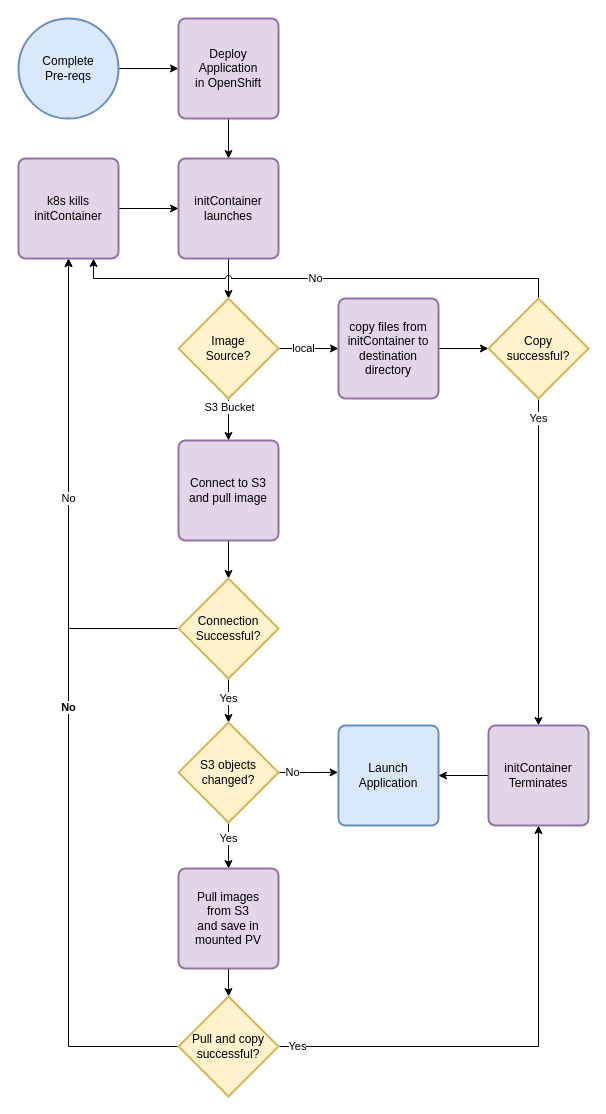
Earlier version of the draw.io diagram diagrams/flowchart.drawio (worsco/ocp4-exp01-initcont). Source tidied: cells renumbered, new cells numbered last; positions are measured from the earlier drawing's top-left corner, leaving out a move shared by most shapes. Both pictures are drawn from the tidied source at 100%, with x=0, y=0 at pixel (18, 18).
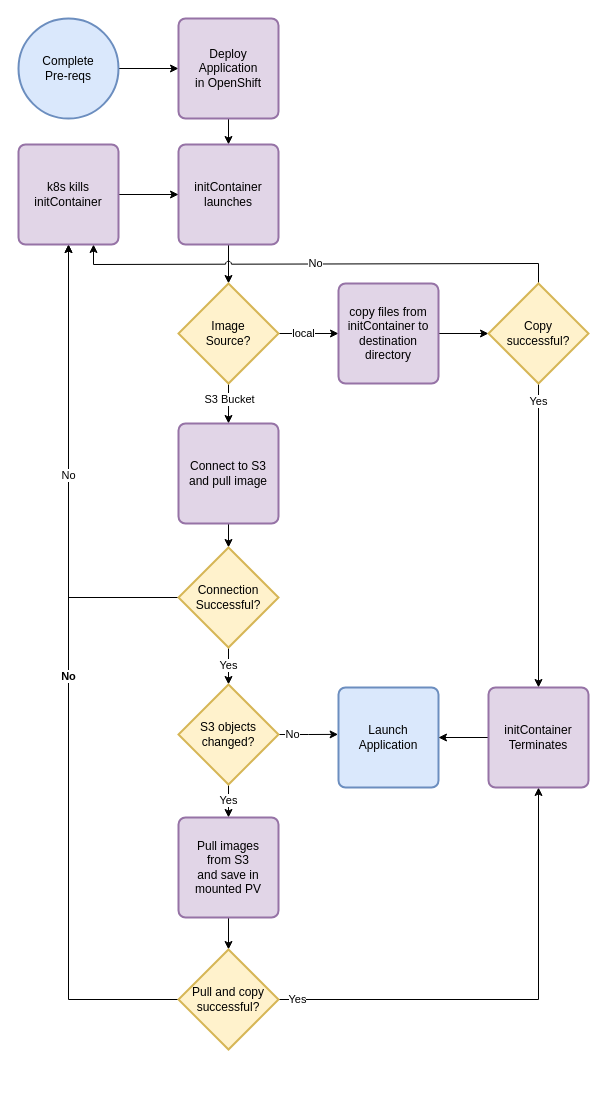
After the change.

Unchanged cells that the change refers to:
```xml
<mxCell id="9" style="edgeStyle=orthogonalEdgeStyle;rounded=0;jettySize=auto;html=1;" parent="1" edge="1" source="12" target="14">
  <mxGeometry relative="1" as="geometry" />
</mxCell>
```

Diff of the diagram source:
```diff
@@
     <mxCell id="8" value="initContainer&lt;br&gt;launches" style="rounded=1;whiteSpace=wrap;html=1;absoluteArcSize=1;arcSize=14;strokeWidth=2;fillColor=#e1d5e7;strokeColor=#9673a6;" parent="1" vertex="1">
-      <mxGeometry x="160" y="140" width="100" height="100" as="geometry" />
+      <mxGeometry x="160" y="126" width="100" height="100" as="geometry" />
     </mxCell>
@@
     <mxCell id="10" value="S3 Bucket" style="edgeLabel;html=1;align=center;verticalAlign=middle;" parent="9" vertex="1">
       <mxGeometry x="0.24" y="-1" relative="1" as="geometry">
-        <mxPoint x="1" y="-17.2" as="offset" />
+        <mxPoint x="1" y="-9.7" as="offset" />
       </mxGeometry>
     </mxCell>
@@
     <mxCell id="12" value="Image &lt;br&gt;Source?" style="strokeWidth=2;html=1;shape=mxgraph.flowchart.decision;whiteSpace=wrap;fillColor=#fff2cc;strokeColor=#d6b656;" parent="1" vertex="1">
-      <mxGeometry x="160" y="280" width="100" height="100" as="geometry" />
+      <mxGeometry x="160" y="265" width="100" height="100" as="geometry" />
     </mxCell>
-    <mxCell id="13" style="edgeStyle=orthogonalEdgeStyle;rounded=0;jettySize=auto;html=1;entryX=0.5;entryY=0;entryDx=0;entryDy=0;entryPerimeter=0;" parent="1" edge="1" source="14" target="17">
-      <mxGeometry relative="1" as="geometry" />
+    <mxCell id="13" style="edgeStyle=orthogonalEdgeStyle;rounded=0;jettySize=auto;html=1;entryX=0.5;entryY=0;entryDx=0;entryDy=0;entryPerimeter=0;" parent="1" edge="1" target="17">
+      <mxGeometry relative="1" as="geometry">
+        <mxPoint x="210" y="498" as="sourcePoint" />
+      </mxGeometry>
     </mxCell>
     <mxCell id="14" value="Connect to S3 and pull image" style="rounded=1;whiteSpace=wrap;html=1;absoluteArcSize=1;arcSize=14;strokeWidth=2;fillColor=#e1d5e7;strokeColor=#9673a6;" parent="1" vertex="1">
-      <mxGeometry x="160" y="422" width="100" height="100" as="geometry" />
+      <mxGeometry x="160" y="405" width="100" height="100" as="geometry" />
     </mxCell>
+    <mxCell id="16" value="No" style="edgeStyle=orthogonalEdgeStyle;rounded=0;jettySize=auto;html=1;" parent="1" edge="1" source="17" target="32">
+      <mxGeometry relative="1" as="geometry" />
+    </mxCell>
-    <mxCell id="15" value="Yes" style="edgeStyle=orthogonalEdgeStyle;rounded=0;jettySize=auto;html=1;" parent="1" edge="1" source="17" target="20">
-      <mxGeometry x="-0.09" relative="1" as="geometry" />
+    <mxCell id="15" value="Yes" style="edgeStyle=orthogonalEdgeStyle;rounded=0;jumpStyle=arc;jettySize=auto;html=1;" parent="1" edge="1" source="17" target="20">
+      <mxGeometry relative="1" as="geometry" />
     </mxCell>
-    <mxCell id="16" value="No" style="edgeStyle=orthogonalEdgeStyle;rounded=0;jettySize=auto;html=1;" parent="1" edge="1" source="17" target="32">
-      <mxGeometry relative="1" as="geometry" />
-    </mxCell>
     <mxCell id="17" value="Connection&lt;br&gt;Successful?" style="strokeWidth=2;html=1;shape=mxgraph.flowchart.decision;whiteSpace=wrap;fillColor=#fff2cc;strokeColor=#d6b656;" parent="1" vertex="1">
-      <mxGeometry x="160" y="560" width="100" height="100" as="geometry" />
+      <mxGeometry x="160" y="529" width="100" height="100" as="geometry" />
     </mxCell>
@@
     <mxCell id="20" value="S3 objects&lt;br&gt;changed?" style="strokeWidth=2;html=1;shape=mxgraph.flowchart.decision;whiteSpace=wrap;fillColor=#fff2cc;strokeColor=#d6b656;" parent="1" vertex="1">
-      <mxGeometry x="160" y="704" width="100" height="100" as="geometry" />
+      <mxGeometry x="160" y="666" width="100" height="100" as="geometry" />
     </mxCell>
     <mxCell id="21" value="Launch&lt;br&gt;Application" style="rounded=1;whiteSpace=wrap;html=1;absoluteArcSize=1;arcSize=14;strokeWidth=2;fillColor=#dae8fc;strokeColor=#6c8ebf;" parent="1" vertex="1">
-      <mxGeometry x="320" y="707" width="100" height="100" as="geometry" />
+      <mxGeometry x="320" y="669" width="100" height="100" as="geometry" />
     </mxCell>
@@
     <mxCell id="23" value="copy files from initContainer to destination directory" style="rounded=1;whiteSpace=wrap;html=1;absoluteArcSize=1;arcSize=14;strokeWidth=2;fillColor=#e1d5e7;strokeColor=#9673a6;" parent="1" vertex="1">
-      <mxGeometry x="320" y="280" width="100" height="100" as="geometry" />
+      <mxGeometry x="320" y="265" width="100" height="100" as="geometry" />
     </mxCell>
@@
     <mxCell id="26" value="Copy &lt;br&gt;successful?" style="strokeWidth=2;html=1;shape=mxgraph.flowchart.decision;whiteSpace=wrap;fillColor=#fff2cc;strokeColor=#d6b656;" parent="1" vertex="1">
-      <mxGeometry x="470" y="280" width="100" height="100" as="geometry" />
+      <mxGeometry x="470" y="265" width="100" height="100" as="geometry" />
     </mxCell>
-    <mxCell id="27" style="edgeStyle=orthogonalEdgeStyle;rounded=0;jettySize=auto;html=1;entryX=0.5;entryY=0;entryDx=0;entryDy=0;entryPerimeter=0;" parent="1" edge="1" source="28" target="30">
+    <mxCell id="27" style="edgeStyle=orthogonalEdgeStyle;rounded=0;jettySize=auto;html=1;" parent="1" edge="1" source="28" target="30">
       <mxGeometry relative="1" as="geometry" />
     </mxCell>
     <mxCell id="28" value="Pull images&lt;br&gt;from S3&lt;br&gt;and save in&lt;br&gt;mounted PV" style="rounded=1;whiteSpace=wrap;html=1;absoluteArcSize=1;arcSize=14;strokeWidth=2;fillColor=#e1d5e7;strokeColor=#9673a6;" parent="1" vertex="1">
-      <mxGeometry x="160" y="850" width="100" height="100" as="geometry" />
+      <mxGeometry x="160" y="799" width="100" height="100" as="geometry" />
     </mxCell>
@@
     <mxCell id="30" value="Pull and copy&lt;br&gt;successful?" style="strokeWidth=2;html=1;shape=mxgraph.flowchart.decision;whiteSpace=wrap;fillColor=#fff2cc;strokeColor=#d6b656;" parent="1" vertex="1">
-      <mxGeometry x="160" y="978" width="100" height="100" as="geometry" />
+      <mxGeometry x="160" y="931" width="100" height="100" as="geometry" />
     </mxCell>
@@
     <mxCell id="32" value="k8s kills&lt;br&gt;initContainer" style="rounded=1;whiteSpace=wrap;html=1;absoluteArcSize=1;arcSize=14;strokeWidth=2;fillColor=#e1d5e7;strokeColor=#9673a6;" parent="1" vertex="1">
-      <mxGeometry y="140" width="100" height="100" as="geometry" />
+      <mxGeometry y="126" width="100" height="100" as="geometry" />
     </mxCell>
@@
     <mxCell id="34" value="initContainer&lt;br&gt;Terminates" style="rounded=1;whiteSpace=wrap;html=1;absoluteArcSize=1;arcSize=14;strokeWidth=2;fillColor=#e1d5e7;strokeColor=#9673a6;" parent="1" vertex="1">
-      <mxGeometry x="470" y="707" width="100" height="100" as="geometry" />
+      <mxGeometry x="470" y="669" width="100" height="100" as="geometry" />
     </mxCell>
```
